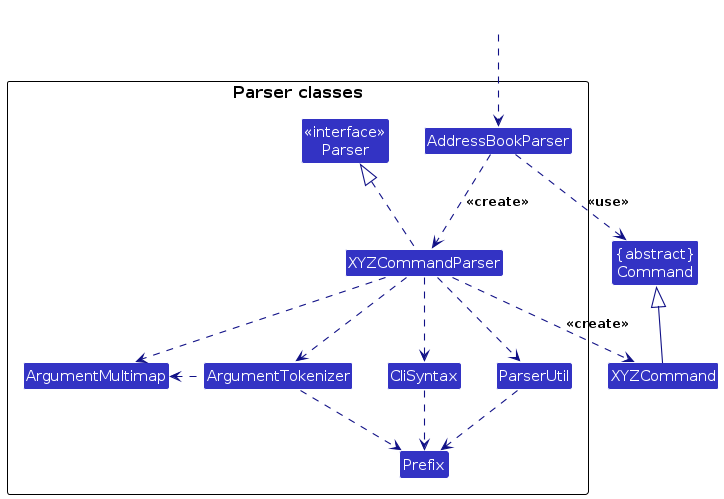
Before: diagrams/ParserClasses.png, a diagram exported from PlantUML (AY2627S1-CS2103T-T13-1/tp). Its source is kept beside it as diagrams/ParserClasses.puml. The source it was exported from:
```plantuml
@startuml
!include style.puml
skinparam arrowThickness 1.1
skinparam arrowColor LOGIC_COLOR_T4
skinparam classBackgroundColor LOGIC_COLOR

Class "{abstract}\nCommand" as Command
Class XYZCommand

package "Parser classes"{
Class "<<interface>>\nParser" as Parser
Class AddressBookParser
Class XYZCommandParser
Class CliSyntax
Class ParserUtil
Class ArgumentMultimap
Class ArgumentTokenizer
Class Prefix
}

Class HiddenOutside #FFFFFF
HiddenOutside ..> AddressBookParser

AddressBookParser .down.> XYZCommandParser: <<create>>

XYZCommandParser ..> XYZCommand : <<create>>
AddressBookParser ..> Command : <<use>>
XYZCommandParser .up.|> Parser
XYZCommandParser ..> ArgumentMultimap
XYZCommandParser ..> ArgumentTokenizer
ArgumentTokenizer .left.> ArgumentMultimap
XYZCommandParser ..> CliSyntax
CliSyntax ..> Prefix
XYZCommandParser ..> ParserUtil
ParserUtil .down.> Prefix
ArgumentTokenizer .down.> Prefix
XYZCommand -up-|> Command
@enduml
```
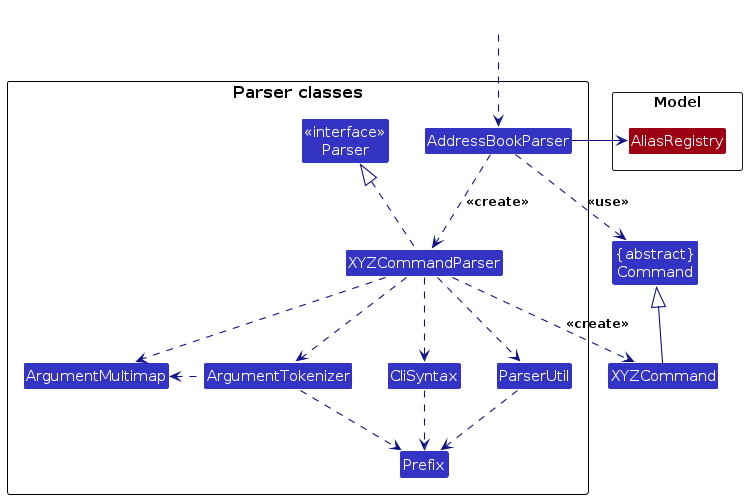
After the change.

The edit, as a diff of the source:
```diff
@@ -18,10 +18,15 @@
 Class Prefix
 }
 
+package Model <<Rectangle>> {
+Class AliasRegistry MODEL_COLOR
+}
+
 Class HiddenOutside #FFFFFF
 HiddenOutside ..> AddressBookParser
 
 AddressBookParser .down.> XYZCommandParser: <<create>>
+AddressBookParser -right-> AliasRegistry
 
 XYZCommandParser ..> XYZCommand : <<create>>
 AddressBookParser ..> Command : <<use>>
```
